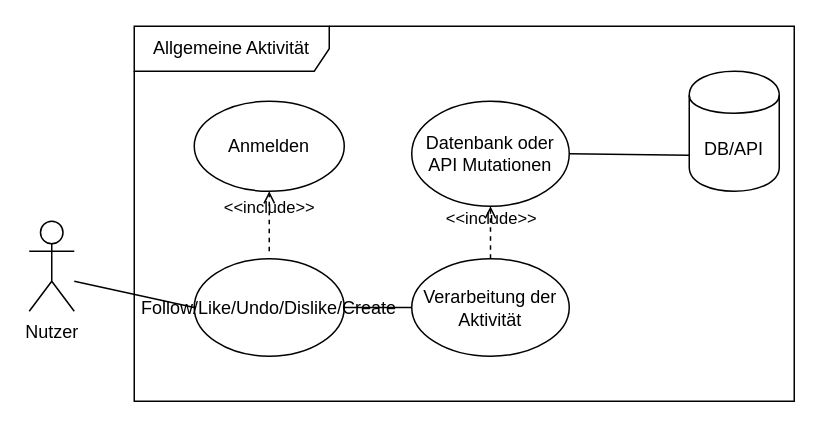
Before: resources/generel-activity-usecase.drawio in Mastercuber/bachelor-thesis, a draw.io diagram. Source tidied: cells renumbered, new cells numbered last; positions are measured from the earlier drawing's top-left corner, leaving out a move shared by most shapes. Both pictures are drawn from the tidied source at 150%, with x=0, y=0 at pixel (28, 26).
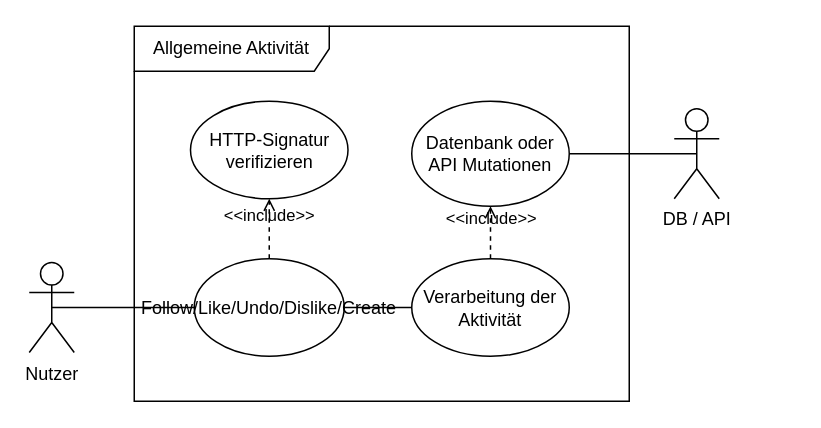
The same page after the edit.

What changed in the source:
```diff
@@
 <mxGraphModel>
   <root>
     <mxCell id="0" />
     <mxCell id="1" parent="0" />
     <mxCell id="2" value="Allgemeine Aktivität" style="shape=umlFrame;whiteSpace=wrap;html=1;width=130;height=30;" parent="1" vertex="1">
-      <mxGeometry x="70" width="440" height="250" as="geometry" />
+      <mxGeometry x="70" width="330" height="250" as="geometry" />
     </mxCell>
     <mxCell id="3" value="Nutzer" style="shape=umlActor;html=1;verticalLabelPosition=bottom;verticalAlign=top;align=center;" parent="1" vertex="1">
-      <mxGeometry y="130" width="30" height="60" as="geometry" />
+      <mxGeometry y="157.5" width="30" height="60" as="geometry" />
     </mxCell>
     <mxCell id="4" value="Follow/Like/Undo/Dislike/Create" style="ellipse;whiteSpace=wrap;html=1;" parent="1" vertex="1">
       <mxGeometry x="110" y="155" width="100" height="65" as="geometry" />
     </mxCell>
-    <mxCell id="5" value="Anmelden" style="ellipse;whiteSpace=wrap;html=1;" parent="1" vertex="1">
-      <mxGeometry x="110" y="50" width="100" height="60" as="geometry" />
-    </mxCell>
-    <mxCell id="6" value="&amp;lt;&amp;lt;include&amp;gt;&amp;gt;" style="edgeStyle=none;html=1;endArrow=open;verticalAlign=bottom;dashed=1;labelBackgroundColor=none;entryX=0.5;entryY=1;entryDx=0;entryDy=0;" parent="1" edge="1" target="5">
-      <mxGeometry relative="1" as="geometry">
-        <mxPoint x="160" y="150" as="sourcePoint" />
-      </mxGeometry>
-    </mxCell>
-    <mxCell id="7" style="edgeStyle=none;html=1;endArrow=none;verticalAlign=bottom;entryX=0;entryY=0.5;entryDx=0;entryDy=0;" parent="1" edge="1" target="4">
-      <mxGeometry relative="1" as="geometry">
-        <mxPoint x="30" y="170" as="sourcePoint" />
-      </mxGeometry>
+    <mxCell id="7" style="edgeStyle=none;html=1;endArrow=none;verticalAlign=bottom;entryX=0;entryY=0.5;entryDx=0;entryDy=0;exitX=0.5;exitY=0.5;exitDx=0;exitDy=0;exitPerimeter=0;" parent="1" edge="1" source="3" target="4">
+      <mxGeometry relative="1" as="geometry" />
     </mxCell>
     <mxCell id="8" value="Verarbeitung der Aktivität" style="ellipse;whiteSpace=wrap;html=1;" parent="1" vertex="1">
       <mxGeometry x="255" y="155" width="105" height="65" as="geometry" />
     </mxCell>
     <mxCell id="9" style="edgeStyle=none;html=1;endArrow=none;verticalAlign=bottom;exitX=1;exitY=0.5;exitDx=0;exitDy=0;entryX=0;entryY=0.5;entryDx=0;entryDy=0;" parent="1" edge="1" source="4" target="8">
       <mxGeometry relative="1" as="geometry" />
     </mxCell>
-    <mxCell id="10" value="DB/API" style="shape=cylinder;whiteSpace=wrap;html=1;boundedLbl=1;backgroundOutline=1;" parent="1" vertex="1">
-      <mxGeometry x="440" y="30" width="60" height="80" as="geometry" />
-    </mxCell>
     <mxCell id="11" value="Datenbank oder API Mutationen" style="ellipse;whiteSpace=wrap;html=1;" parent="1" vertex="1">
       <mxGeometry x="255" y="50" width="105" height="70" as="geometry" />
     </mxCell>
     <mxCell id="12" value="&amp;lt;&amp;lt;include&amp;gt;&amp;gt;" style="edgeStyle=none;html=1;endArrow=open;verticalAlign=bottom;dashed=1;labelBackgroundColor=none;exitX=0.5;exitY=0;exitDx=0;exitDy=0;entryX=0.5;entryY=1;entryDx=0;entryDy=0;" parent="1" edge="1" source="8" target="11">
       <mxGeometry relative="1" as="geometry" />
     </mxCell>
-    <mxCell id="13" style="edgeStyle=none;html=1;endArrow=none;verticalAlign=bottom;exitX=1;exitY=0.5;exitDx=0;exitDy=0;entryX=0;entryY=0.7;entryDx=0;entryDy=0;" parent="1" edge="1" source="11" target="10">
+    <mxCell id="13" style="edgeStyle=none;html=1;endArrow=none;verticalAlign=bottom;exitX=1;exitY=0.5;exitDx=0;exitDy=0;entryX=0.5;entryY=0.5;entryDx=0;entryDy=0;entryPerimeter=0;" parent="1" edge="1" source="11" target="14">
       <mxGeometry relative="1" as="geometry" />
     </mxCell>
+    <mxCell id="14" value="DB / API" style="shape=umlActor;verticalLabelPosition=bottom;labelBackgroundColor=#ffffff;verticalAlign=top;html=1;outlineConnect=0;" parent="1" vertex="1">
+      <mxGeometry x="430" y="55" width="30" height="60" as="geometry" />
+    </mxCell>
+    <mxCell id="15" value="HTTP-Signatur verifizieren" style="ellipse;whiteSpace=wrap;html=1;" parent="1" vertex="1">
+      <mxGeometry x="107.5" y="50" width="105" height="65" as="geometry" />
+    </mxCell>
+    <mxCell id="6" value="&amp;lt;&amp;lt;include&amp;gt;&amp;gt;" style="edgeStyle=none;html=1;endArrow=open;verticalAlign=bottom;dashed=1;labelBackgroundColor=none;entryX=0.5;entryY=1;entryDx=0;entryDy=0;exitX=0.5;exitY=0;exitDx=0;exitDy=0;" parent="1" edge="1" source="4" target="15">
+      <mxGeometry relative="1" as="geometry" />
+    </mxCell>
   </root>
 </mxGraphModel>
```
